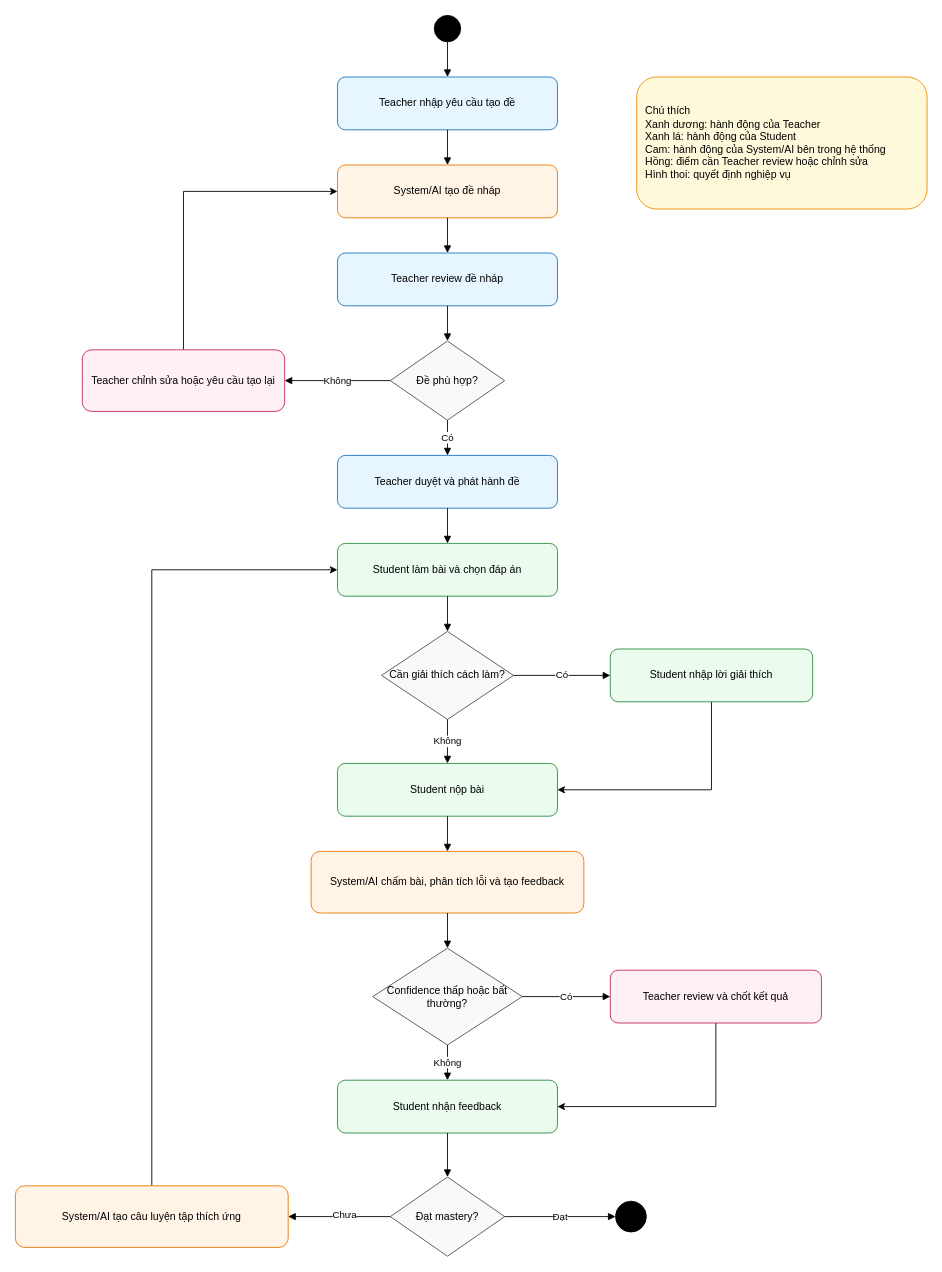
Before: docs/diagrams/activity-overview.drawio in biabeogo147/AI-Assessment-and-Feedback-Assistant, a draw.io diagram. Source tidied: cells renumbered, new cells numbered last; positions are measured from the earlier drawing's top-left corner, leaving out a move shared by most shapes. Both pictures are drawn from the tidied source at 88%, with x=0, y=0 at pixel (15, 15).
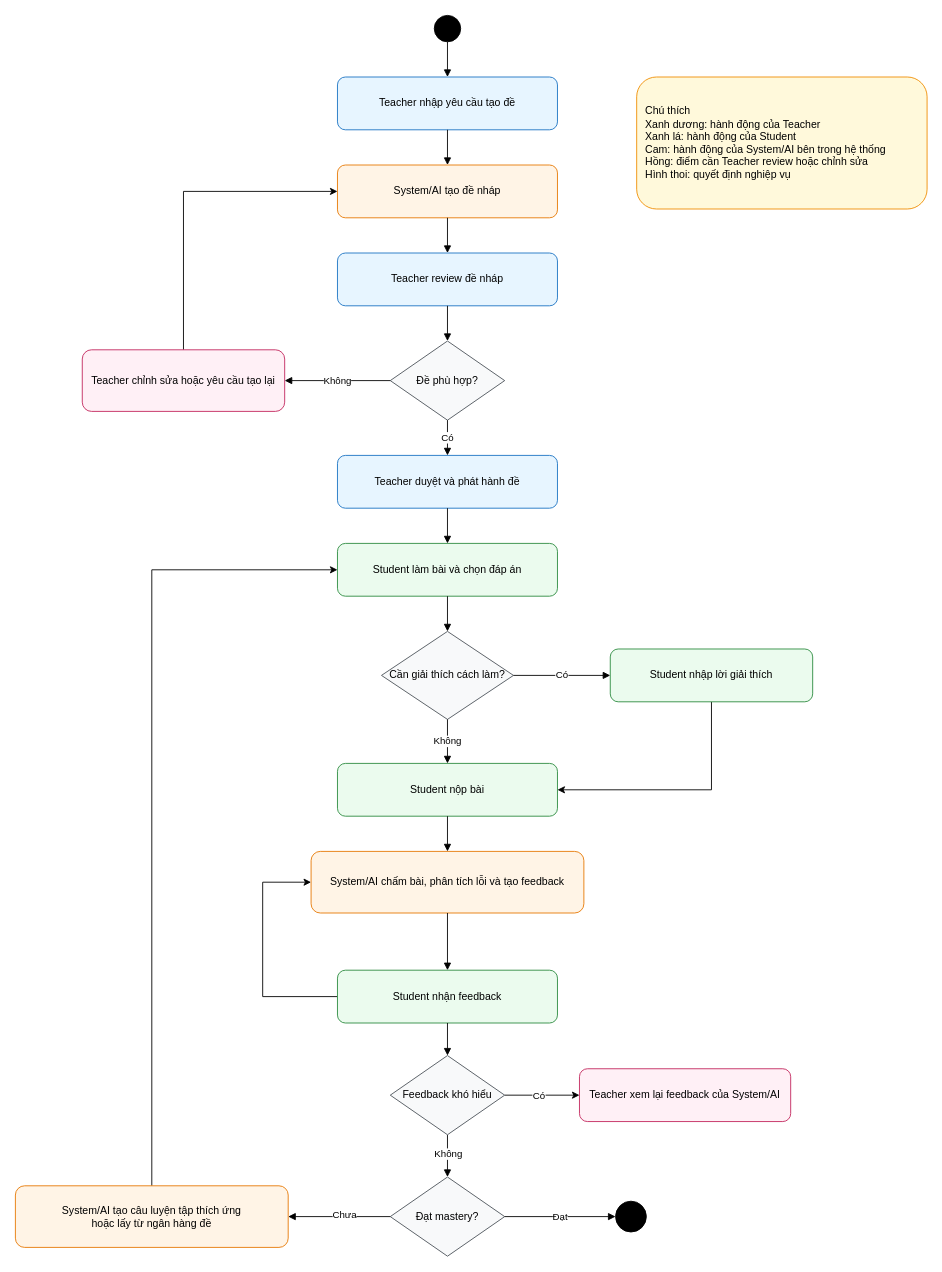
The same diagram, later.

Unchanged cells that the change refers to:
```xml
<mxCell id="15" value="System/AI chấm bài, phân tích lỗi và tạo feedback" style="rounded=1;whiteSpace=wrap;html=1;fillColor=#fff4e6;strokeColor=#e67700;" parent="1" vertex="1">
  <mxGeometry x="336" y="950" width="310" height="70" as="geometry" />
</mxCell>
<mxCell id="22" value="Đạt mastery?" style="rhombus;whiteSpace=wrap;html=1;fillColor=#f8f9fa;strokeColor=#495057;" parent="1" vertex="1">
  <mxGeometry x="426" y="1320" width="130" height="90" as="geometry" />
</mxCell>
```

Diff of the diagram source:
```diff
@@
-    <mxCell id="16" value="Confidence thấp hoặc bất thường?" style="rhombus;whiteSpace=wrap;html=1;fillColor=#f8f9fa;strokeColor=#495057;" parent="1" vertex="1">
-      <mxGeometry x="406" y="1060" width="170" height="110" as="geometry" />
-    </mxCell>
-    <mxCell id="17" style="edgeStyle=orthogonalEdgeStyle;rounded=0;jettySize=auto;html=1;exitX=0.5;exitY=1;exitDx=0;exitDy=0;entryX=1;entryY=0.5;entryDx=0;entryDy=0;" parent="1" edge="1" source="18" target="19">
-      <mxGeometry relative="1" as="geometry" />
-    </mxCell>
-    <mxCell id="18" value="Teacher review và chốt kết quả" style="rounded=1;whiteSpace=wrap;html=1;fillColor=#fff0f6;strokeColor=#c2255c;" parent="1" vertex="1">
-      <mxGeometry x="676" y="1085" width="240" height="60" as="geometry" />
+    <mxCell id="18" value="Teacher xem lại feedback của System/AI" style="rounded=1;whiteSpace=wrap;html=1;fillColor=#fff0f6;strokeColor=#c2255c;" parent="1" vertex="1">
+      <mxGeometry x="641" y="1197" width="240" height="60" as="geometry" />
     </mxCell>
+    <mxCell id="42" style="edgeStyle=orthogonalEdgeStyle;rounded=0;jettySize=auto;html=1;exitX=0;exitY=0.5;exitDx=0;exitDy=0;entryX=0;entryY=0.5;entryDx=0;entryDy=0;" parent="1" edge="1" source="19" target="15">
+      <mxGeometry relative="1" as="geometry">
+        <Array as="points">
+          <mxPoint x="281" y="1115" />
+          <mxPoint x="281" y="985" />
+        </Array>
+      </mxGeometry>
+    </mxCell>
     <mxCell id="19" value="Student nhận feedback" style="rounded=1;whiteSpace=wrap;html=1;fillColor=#ebfbee;strokeColor=#2b8a3e;" parent="1" vertex="1">
-      <mxGeometry x="366" y="1210" width="250" height="60" as="geometry" />
+      <mxGeometry x="366" y="1085" width="250" height="60" as="geometry" />
     </mxCell>
@@
-    <mxCell id="21" value="System/AI tạo câu luyện tập thích ứng" style="rounded=1;whiteSpace=wrap;html=1;fillColor=#fff4e6;strokeColor=#e67700;" parent="1" vertex="1">
+    <mxCell id="21" value="System/AI tạo câu luyện tập thích ứng&lt;div&gt;hoặc lấy từ ngân hàng đề&lt;/div&gt;" style="rounded=1;whiteSpace=wrap;html=1;fillColor=#fff4e6;strokeColor=#e67700;" parent="1" vertex="1">
       <mxGeometry y="1330" width="310" height="70" as="geometry" />
     </mxCell>
@@
-    <mxCell id="36" style="endArrow=block;html=1;rounded=0;" parent="1" edge="1" source="15" target="16">
+    <mxCell id="36" style="endArrow=block;html=1;rounded=0;entryX=0.5;entryY=0;entryDx=0;entryDy=0;" parent="1" edge="1" source="15" target="19">
       <mxGeometry relative="1" as="geometry" />
     </mxCell>
-    <mxCell id="37" value="Có" style="endArrow=block;html=1;rounded=0;" parent="1" edge="1" source="16" target="18">
-      <mxGeometry relative="1" as="geometry" />
-    </mxCell>
+    <mxCell id="39" style="endArrow=block;html=1;rounded=0;" parent="1" edge="1" source="45" target="22">
+      <mxGeometry relative="1" as="geometry" />
+    </mxCell>
-    <mxCell id="38" value="Không" style="endArrow=block;html=1;rounded=0;" parent="1" edge="1" source="16" target="19">
-      <mxGeometry relative="1" as="geometry" />
+    <mxCell id="38" value="Không" style="edgeLabel;html=1;align=center;verticalAlign=middle;" parent="39" vertex="1">
+      <mxGeometry x="-0.13" relative="1" as="geometry" />
     </mxCell>
-    <mxCell id="39" style="endArrow=block;html=1;rounded=0;" parent="1" edge="1" source="19" target="22">
-      <mxGeometry relative="1" as="geometry" />
-    </mxCell>
@@
+    <mxCell id="43" style="endArrow=block;html=1;rounded=0;" parent="1" edge="1" source="19" target="45">
+      <mxGeometry relative="1" as="geometry" />
+    </mxCell>
+    <mxCell id="44" style="edgeStyle=orthogonalEdgeStyle;rounded=0;jettySize=auto;html=1;exitX=1;exitY=0.5;exitDx=0;exitDy=0;entryX=0;entryY=0.5;entryDx=0;entryDy=0;" parent="1" edge="1" source="45" target="18">
+      <mxGeometry relative="1" as="geometry" />
+    </mxCell>
+    <mxCell id="37" value="Có" style="edgeLabel;html=1;align=center;verticalAlign=middle;" parent="44" vertex="1">
+      <mxGeometry x="-0.1" relative="1" as="geometry" />
+    </mxCell>
+    <mxCell id="45" value="Feedback khó hiểu" style="rhombus;whiteSpace=wrap;html=1;fillColor=#f8f9fa;strokeColor=#495057;" parent="1" vertex="1">
+      <mxGeometry x="426" y="1182" width="130" height="90" as="geometry" />
+    </mxCell>
```
